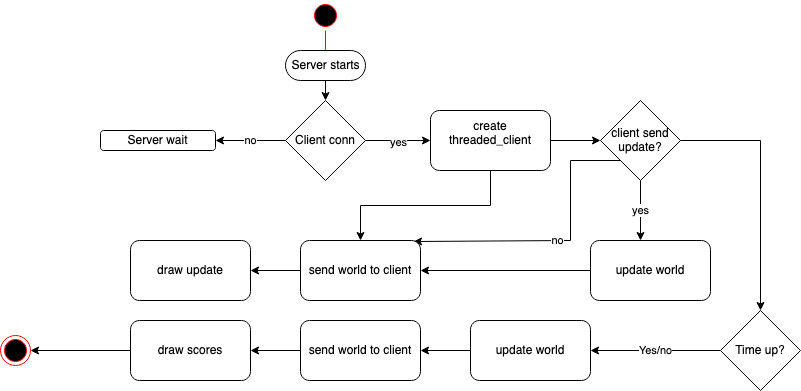
Dajamante/Socket_based_game keeps this draw.io diagram as stategame.png. Above is the earlier version. Source tidied: cells renumbered, new cells last; positions are measured from the earlier drawing's top-left corner, leaving out a move shared by most shapes. Source of this version:
```xml
<mxGraphModel>
  <root>
    <mxCell id="0" />
    <mxCell id="1" parent="0" />
    <mxCell id="2" style="ellipse;html=1;shape=startState;fillColor=#000000;strokeColor=#ff0000;" parent="1" vertex="1">
      <mxGeometry x="310" width="30" height="30" as="geometry" />
    </mxCell>
    <mxCell id="3" style="edgeStyle=orthogonalEdgeStyle;html=1;verticalAlign=bottom;endArrow=open;endSize=8;strokeColor=#ff0000;" parent="1" edge="1" source="2">
      <mxGeometry relative="1" as="geometry">
        <mxPoint x="325" y="60" as="targetPoint" />
      </mxGeometry>
    </mxCell>
    <mxCell id="4" style="edgeStyle=orthogonalEdgeStyle;rounded=0;jettySize=auto;html=1;exitX=0.5;exitY=0.5;exitDx=0;exitDy=15;exitPerimeter=0;entryX=0.5;entryY=0;entryDx=0;entryDy=0;" parent="1" edge="1" source="5" target="12">
      <mxGeometry relative="1" as="geometry" />
    </mxCell>
    <mxCell id="5" value="Server starts" style="html=1;dashed=0;whitespace=wrap;shape=mxgraph.dfd.start;" parent="1" vertex="1">
      <mxGeometry x="285" y="50" width="80" height="30" as="geometry" />
    </mxCell>
    <mxCell id="6" style="edgeStyle=orthogonalEdgeStyle;rounded=0;jettySize=auto;html=1;exitX=1;exitY=0.5;exitDx=0;exitDy=0;entryX=0;entryY=0.5;entryDx=0;entryDy=0;" parent="1" edge="1" source="8" target="17">
      <mxGeometry relative="1" as="geometry" />
    </mxCell>
    <mxCell id="7" style="edgeStyle=orthogonalEdgeStyle;rounded=0;jettySize=auto;html=1;exitX=0.5;exitY=1;exitDx=0;exitDy=0;" parent="1" edge="1" source="8" target="21">
      <mxGeometry relative="1" as="geometry" />
    </mxCell>
    <mxCell id="8" value="&lt;div&gt;create threaded_client&lt;/div&gt;&lt;div&gt;&lt;br&gt;&lt;/div&gt;" style="rounded=1;whiteSpace=wrap;html=1;" parent="1" vertex="1">
      <mxGeometry x="430" y="110" width="120" height="60" as="geometry" />
    </mxCell>
    <mxCell id="9" style="edgeStyle=orthogonalEdgeStyle;rounded=0;jettySize=auto;html=1;exitX=1;exitY=0.5;exitDx=0;exitDy=0;entryX=0;entryY=0.5;entryDx=0;entryDy=0;" parent="1" edge="1" source="12" target="8">
      <mxGeometry relative="1" as="geometry" />
    </mxCell>
    <mxCell id="10" value="yes" style="edgeLabel;html=1;align=center;verticalAlign=middle;" parent="9" vertex="1">
      <mxGeometry x="-0.03" y="-1" relative="1" as="geometry" />
    </mxCell>
    <mxCell id="11" value="no" style="edgeStyle=orthogonalEdgeStyle;rounded=0;jettySize=auto;html=1;exitX=0;exitY=0.5;exitDx=0;exitDy=0;entryX=1;entryY=0.5;entryDx=0;entryDy=0;" parent="1" edge="1" source="12" target="13">
      <mxGeometry relative="1" as="geometry" />
    </mxCell>
    <mxCell id="12" value="Client conn" style="rhombus;whiteSpace=wrap;html=1;" parent="1" vertex="1">
      <mxGeometry x="285" y="100" width="80" height="80" as="geometry" />
    </mxCell>
    <mxCell id="13" value="Server wait" style="rounded=1;whiteSpace=wrap;html=1;" parent="1" vertex="1">
      <mxGeometry x="100" y="130" width="115" height="20" as="geometry" />
    </mxCell>
    <mxCell id="14" value="yes" style="edgeStyle=orthogonalEdgeStyle;rounded=0;jettySize=auto;html=1;exitX=0.5;exitY=1;exitDx=0;exitDy=0;" parent="1" edge="1" source="17">
      <mxGeometry relative="1" as="geometry">
        <mxPoint x="640" y="240" as="targetPoint" />
      </mxGeometry>
    </mxCell>
    <mxCell id="15" style="edgeStyle=orthogonalEdgeStyle;rounded=0;jettySize=auto;html=1;exitX=1;exitY=0.5;exitDx=0;exitDy=0;" parent="1" edge="1" source="17">
      <mxGeometry relative="1" as="geometry">
        <mxPoint x="760" y="310" as="targetPoint" />
      </mxGeometry>
    </mxCell>
    <mxCell id="16" value="no" style="edgeStyle=orthogonalEdgeStyle;rounded=0;jettySize=auto;html=1;exitX=0;exitY=1;exitDx=0;exitDy=0;entryX=0.942;entryY=0.017;entryDx=0;entryDy=0;entryPerimeter=0;" parent="1" edge="1" source="17" target="21">
      <mxGeometry relative="1" as="geometry">
        <Array as="points">
          <mxPoint x="570" y="160" />
          <mxPoint x="570" y="240" />
        </Array>
      </mxGeometry>
    </mxCell>
    <mxCell id="17" value="&lt;div&gt;client send &lt;br&gt;&lt;/div&gt;&lt;div&gt;update?&lt;br&gt;&lt;/div&gt;" style="rhombus;whiteSpace=wrap;html=1;" parent="1" vertex="1">
      <mxGeometry x="600" y="100" width="80" height="80" as="geometry" />
    </mxCell>
    <mxCell id="18" style="edgeStyle=orthogonalEdgeStyle;rounded=0;jettySize=auto;html=1;exitX=0;exitY=0.5;exitDx=0;exitDy=0;entryX=1;entryY=0.5;entryDx=0;entryDy=0;" parent="1" edge="1" source="19" target="21">
      <mxGeometry relative="1" as="geometry" />
    </mxCell>
    <mxCell id="19" value="update world" style="rounded=1;whiteSpace=wrap;html=1;" parent="1" vertex="1">
      <mxGeometry x="590" y="240" width="120" height="60" as="geometry" />
    </mxCell>
    <mxCell id="20" style="edgeStyle=orthogonalEdgeStyle;rounded=0;jettySize=auto;html=1;exitX=0;exitY=0.5;exitDx=0;exitDy=0;entryX=1;entryY=0.5;entryDx=0;entryDy=0;" parent="1" edge="1" source="21" target="29">
      <mxGeometry relative="1" as="geometry" />
    </mxCell>
    <mxCell id="21" value="send world to client" style="rounded=1;whiteSpace=wrap;html=1;" parent="1" vertex="1">
      <mxGeometry x="300" y="240" width="120" height="60" as="geometry" />
    </mxCell>
    <mxCell id="22" value="Yes/no" style="edgeStyle=orthogonalEdgeStyle;rounded=0;jettySize=auto;html=1;exitX=0;exitY=0.5;exitDx=0;exitDy=0;" parent="1" edge="1" source="23">
      <mxGeometry relative="1" as="geometry">
        <mxPoint x="590" y="350" as="targetPoint" />
      </mxGeometry>
    </mxCell>
    <mxCell id="23" value="Time up?" style="rhombus;whiteSpace=wrap;html=1;" parent="1" vertex="1">
      <mxGeometry x="720" y="310" width="80" height="80" as="geometry" />
    </mxCell>
    <mxCell id="24" style="edgeStyle=orthogonalEdgeStyle;rounded=0;jettySize=auto;html=1;exitX=0;exitY=0.5;exitDx=0;exitDy=0;entryX=1;entryY=0.5;entryDx=0;entryDy=0;" parent="1" edge="1" source="25" target="27">
      <mxGeometry relative="1" as="geometry" />
    </mxCell>
    <mxCell id="25" value="update world" style="rounded=1;whiteSpace=wrap;html=1;" parent="1" vertex="1">
      <mxGeometry x="470" y="320" width="120" height="60" as="geometry" />
    </mxCell>
    <mxCell id="26" style="edgeStyle=orthogonalEdgeStyle;rounded=0;jettySize=auto;html=1;exitX=0;exitY=0.5;exitDx=0;exitDy=0;entryX=1;entryY=0.5;entryDx=0;entryDy=0;" parent="1" edge="1" source="27" target="31">
      <mxGeometry relative="1" as="geometry" />
    </mxCell>
    <mxCell id="27" value="send world to client" style="rounded=1;whiteSpace=wrap;html=1;" parent="1" vertex="1">
      <mxGeometry x="300" y="320" width="120" height="60" as="geometry" />
    </mxCell>
    <mxCell id="28" style="ellipse;html=1;shape=endState;fillColor=#000000;strokeColor=#ff0000;" parent="1" vertex="1">
      <mxGeometry y="335" width="30" height="30" as="geometry" />
    </mxCell>
    <mxCell id="29" value="draw update" style="rounded=1;whiteSpace=wrap;html=1;" parent="1" vertex="1">
      <mxGeometry x="130" y="240" width="120" height="60" as="geometry" />
    </mxCell>
    <mxCell id="30" style="edgeStyle=orthogonalEdgeStyle;rounded=0;jettySize=auto;html=1;exitX=0;exitY=0.5;exitDx=0;exitDy=0;entryX=1;entryY=0.5;entryDx=0;entryDy=0;" parent="1" edge="1" source="31" target="28">
      <mxGeometry relative="1" as="geometry" />
    </mxCell>
    <mxCell id="31" value="draw scores" style="rounded=1;whiteSpace=wrap;html=1;" parent="1" vertex="1">
      <mxGeometry x="130" y="320" width="120" height="60" as="geometry" />
    </mxCell>
  </root>
</mxGraphModel>
```
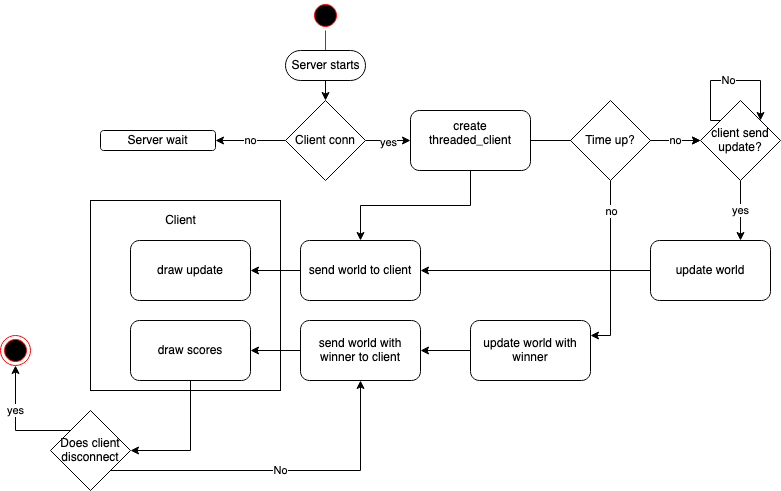
The same diagram one commit later.

The edit, as a diff of the source:
```diff
@@ -2,6 +2,9 @@
   <root>
     <mxCell id="0" />
     <mxCell id="1" parent="0" />
+    <mxCell id="32" style="whiteSpace=wrap;html=1;" parent="1" vertex="1">
+      <mxGeometry x="90" y="200" width="190" height="190" as="geometry" />
+    </mxCell>
     <mxCell id="2" style="ellipse;html=1;shape=startState;fillColor=#000000;strokeColor=#ff0000;" parent="1" vertex="1">
       <mxGeometry x="310" width="30" height="30" as="geometry" />
     </mxCell>
@@ -23,7 +26,7 @@
       <mxGeometry relative="1" as="geometry" />
     </mxCell>
     <mxCell id="8" value="&lt;div&gt;create threaded_client&lt;/div&gt;&lt;div&gt;&lt;br&gt;&lt;/div&gt;" style="rounded=1;whiteSpace=wrap;html=1;" parent="1" vertex="1">
-      <mxGeometry x="430" y="110" width="120" height="60" as="geometry" />
+      <mxGeometry x="410" y="110" width="120" height="60" as="geometry" />
     </mxCell>
     <mxCell id="9" style="edgeStyle=orthogonalEdgeStyle;rounded=0;jettySize=auto;html=1;exitX=1;exitY=0.5;exitDx=0;exitDy=0;entryX=0;entryY=0.5;entryDx=0;entryDy=0;" parent="1" edge="1" source="12" target="8">
       <mxGeometry relative="1" as="geometry" />
@@ -40,32 +43,32 @@
     <mxCell id="13" value="Server wait" style="rounded=1;whiteSpace=wrap;html=1;" parent="1" vertex="1">
       <mxGeometry x="100" y="130" width="115" height="20" as="geometry" />
     </mxCell>
-    <mxCell id="14" value="yes" style="edgeStyle=orthogonalEdgeStyle;rounded=0;jettySize=auto;html=1;exitX=0.5;exitY=1;exitDx=0;exitDy=0;" parent="1" edge="1" source="17">
-      <mxGeometry relative="1" as="geometry">
-        <mxPoint x="640" y="240" as="targetPoint" />
-      </mxGeometry>
-    </mxCell>
-    <mxCell id="15" style="edgeStyle=orthogonalEdgeStyle;rounded=0;jettySize=auto;html=1;exitX=1;exitY=0.5;exitDx=0;exitDy=0;" parent="1" edge="1" source="17">
-      <mxGeometry relative="1" as="geometry">
-        <mxPoint x="760" y="310" as="targetPoint" />
-      </mxGeometry>
-    </mxCell>
-    <mxCell id="16" value="no" style="edgeStyle=orthogonalEdgeStyle;rounded=0;jettySize=auto;html=1;exitX=0;exitY=1;exitDx=0;exitDy=0;entryX=0.942;entryY=0.017;entryDx=0;entryDy=0;entryPerimeter=0;" parent="1" edge="1" source="17" target="21">
-      <mxGeometry relative="1" as="geometry">
-        <Array as="points">
-          <mxPoint x="570" y="160" />
-          <mxPoint x="570" y="240" />
-        </Array>
-      </mxGeometry>
-    </mxCell>
+    <mxCell id="33" style="edgeStyle=orthogonalEdgeStyle;rounded=0;orthogonalLoop=1;jettySize=auto;html=1;exitX=0;exitY=0;exitDx=0;exitDy=0;" parent="1" edge="1" source="17" target="17">
+      <mxGeometry relative="1" as="geometry">
+        <Array as="points">
+          <mxPoint x="710" y="80" />
+          <mxPoint x="760" y="80" />
+        </Array>
+      </mxGeometry>
+    </mxCell>
+    <mxCell id="34" value="No" style="edgeLabel;html=1;align=center;verticalAlign=middle;" parent="33" vertex="1">
+      <mxGeometry x="-0.04" y="1" relative="1" as="geometry" />
+    </mxCell>
+    <mxCell id="35" value="yes" style="edgeStyle=orthogonalEdgeStyle;rounded=0;jettySize=auto;html=1;exitX=0.5;exitY=1;exitDx=0;exitDy=0;entryX=0.75;entryY=0;entryDx=0;entryDy=0;" parent="1" edge="1" source="17" target="19">
+      <mxGeometry relative="1" as="geometry">
+        <Array as="points">
+          <mxPoint x="740" y="240" />
+        </Array>
+      </mxGeometry>
+    </mxCell>
     <mxCell id="17" value="&lt;div&gt;client send &lt;br&gt;&lt;/div&gt;&lt;div&gt;update?&lt;br&gt;&lt;/div&gt;" style="rhombus;whiteSpace=wrap;html=1;" parent="1" vertex="1">
-      <mxGeometry x="600" y="100" width="80" height="80" as="geometry" />
+      <mxGeometry x="700" y="100" width="80" height="80" as="geometry" />
     </mxCell>
     <mxCell id="18" style="edgeStyle=orthogonalEdgeStyle;rounded=0;jettySize=auto;html=1;exitX=0;exitY=0.5;exitDx=0;exitDy=0;entryX=1;entryY=0.5;entryDx=0;entryDy=0;" parent="1" edge="1" source="19" target="21">
       <mxGeometry relative="1" as="geometry" />
     </mxCell>
     <mxCell id="19" value="update world" style="rounded=1;whiteSpace=wrap;html=1;" parent="1" vertex="1">
-      <mxGeometry x="590" y="240" width="120" height="60" as="geometry" />
+      <mxGeometry x="650" y="240" width="120" height="60" as="geometry" />
     </mxCell>
     <mxCell id="20" style="edgeStyle=orthogonalEdgeStyle;rounded=0;jettySize=auto;html=1;exitX=0;exitY=0.5;exitDx=0;exitDy=0;entryX=1;entryY=0.5;entryDx=0;entryDy=0;" parent="1" edge="1" source="21" target="29">
       <mxGeometry relative="1" as="geometry" />
@@ -73,24 +76,16 @@
     <mxCell id="21" value="send world to client" style="rounded=1;whiteSpace=wrap;html=1;" parent="1" vertex="1">
       <mxGeometry x="300" y="240" width="120" height="60" as="geometry" />
     </mxCell>
-    <mxCell id="22" value="Yes/no" style="edgeStyle=orthogonalEdgeStyle;rounded=0;jettySize=auto;html=1;exitX=0;exitY=0.5;exitDx=0;exitDy=0;" parent="1" edge="1" source="23">
-      <mxGeometry relative="1" as="geometry">
-        <mxPoint x="590" y="350" as="targetPoint" />
-      </mxGeometry>
-    </mxCell>
-    <mxCell id="23" value="Time up?" style="rhombus;whiteSpace=wrap;html=1;" parent="1" vertex="1">
-      <mxGeometry x="720" y="310" width="80" height="80" as="geometry" />
-    </mxCell>
     <mxCell id="24" style="edgeStyle=orthogonalEdgeStyle;rounded=0;jettySize=auto;html=1;exitX=0;exitY=0.5;exitDx=0;exitDy=0;entryX=1;entryY=0.5;entryDx=0;entryDy=0;" parent="1" edge="1" source="25" target="27">
       <mxGeometry relative="1" as="geometry" />
     </mxCell>
-    <mxCell id="25" value="update world" style="rounded=1;whiteSpace=wrap;html=1;" parent="1" vertex="1">
+    <mxCell id="25" value="update world with winner" style="rounded=1;whiteSpace=wrap;html=1;" parent="1" vertex="1">
       <mxGeometry x="470" y="320" width="120" height="60" as="geometry" />
     </mxCell>
     <mxCell id="26" style="edgeStyle=orthogonalEdgeStyle;rounded=0;jettySize=auto;html=1;exitX=0;exitY=0.5;exitDx=0;exitDy=0;entryX=1;entryY=0.5;entryDx=0;entryDy=0;" parent="1" edge="1" source="27" target="31">
       <mxGeometry relative="1" as="geometry" />
     </mxCell>
-    <mxCell id="27" value="send world to client" style="rounded=1;whiteSpace=wrap;html=1;" parent="1" vertex="1">
+    <mxCell id="27" value="send world with winner to client" style="rounded=1;whiteSpace=wrap;html=1;" parent="1" vertex="1">
       <mxGeometry x="300" y="320" width="120" height="60" as="geometry" />
     </mxCell>
     <mxCell id="28" style="ellipse;html=1;shape=endState;fillColor=#000000;strokeColor=#ff0000;" parent="1" vertex="1">
@@ -99,11 +94,39 @@
     <mxCell id="29" value="draw update" style="rounded=1;whiteSpace=wrap;html=1;" parent="1" vertex="1">
       <mxGeometry x="130" y="240" width="120" height="60" as="geometry" />
     </mxCell>
-    <mxCell id="30" style="edgeStyle=orthogonalEdgeStyle;rounded=0;jettySize=auto;html=1;exitX=0;exitY=0.5;exitDx=0;exitDy=0;entryX=1;entryY=0.5;entryDx=0;entryDy=0;" parent="1" edge="1" source="31" target="28">
-      <mxGeometry relative="1" as="geometry" />
-    </mxCell>
+    <mxCell id="36" style="edgeStyle=orthogonalEdgeStyle;rounded=0;jettySize=auto;html=1;exitX=0.5;exitY=1;exitDx=0;exitDy=0;entryX=1;entryY=0.5;entryDx=0;entryDy=0;" parent="1" edge="1" source="31" target="39">
+      <mxGeometry relative="1" as="geometry" />
+    </mxCell>
     <mxCell id="31" value="draw scores" style="rounded=1;whiteSpace=wrap;html=1;" parent="1" vertex="1">
       <mxGeometry x="130" y="320" width="120" height="60" as="geometry" />
     </mxCell>
+    <mxCell id="37" value="No" style="edgeStyle=orthogonalEdgeStyle;rounded=0;jettySize=auto;html=1;exitX=1;exitY=1;exitDx=0;exitDy=0;entryX=0.5;entryY=1;entryDx=0;entryDy=0;" parent="1" edge="1" source="39" target="27">
+      <mxGeometry relative="1" as="geometry" />
+    </mxCell>
+    <mxCell id="38" value="yes&lt;br&gt;" style="edgeStyle=orthogonalEdgeStyle;rounded=0;jettySize=auto;html=1;exitX=0;exitY=0;exitDx=0;exitDy=0;entryX=0.5;entryY=1;entryDx=0;entryDy=0;" parent="1" edge="1" source="39" target="28">
+      <mxGeometry x="-0.08" y="-20" relative="1" as="geometry">
+        <mxPoint x="-20" y="-20" as="offset" />
+      </mxGeometry>
+    </mxCell>
+    <mxCell id="39" value="Does client disconnect" style="rhombus;whiteSpace=wrap;html=1;" parent="1" vertex="1">
+      <mxGeometry x="50" y="410" width="80" height="80" as="geometry" />
+    </mxCell>
+    <mxCell id="40" value="Client" style="text;html=1;align=center;verticalAlign=middle;" parent="1" vertex="1">
+      <mxGeometry x="155" y="210" width="50" height="20" as="geometry" />
+    </mxCell>
+    <mxCell id="41" value="no" style="edgeStyle=orthogonalEdgeStyle;rounded=0;jettySize=auto;html=1;" parent="1" edge="1" source="23" target="17">
+      <mxGeometry relative="1" as="geometry" />
+    </mxCell>
+    <mxCell id="42" style="edgeStyle=orthogonalEdgeStyle;rounded=0;jettySize=auto;html=1;entryX=1;entryY=0.25;entryDx=0;entryDy=0;" parent="1" edge="1" source="23" target="25">
+      <mxGeometry relative="1" as="geometry" />
+    </mxCell>
+    <mxCell id="43" value="no" style="edgeLabel;html=1;align=center;verticalAlign=middle;" parent="42" vertex="1">
+      <mxGeometry x="0.38" y="-1" relative="1" as="geometry">
+        <mxPoint x="1" y="-91" as="offset" />
+      </mxGeometry>
+    </mxCell>
+    <mxCell id="23" value="Time up?" style="rhombus;whiteSpace=wrap;html=1;" parent="1" vertex="1">
+      <mxGeometry x="570" y="100" width="80" height="80" as="geometry" />
+    </mxCell>
   </root>
 </mxGraphModel>
```
